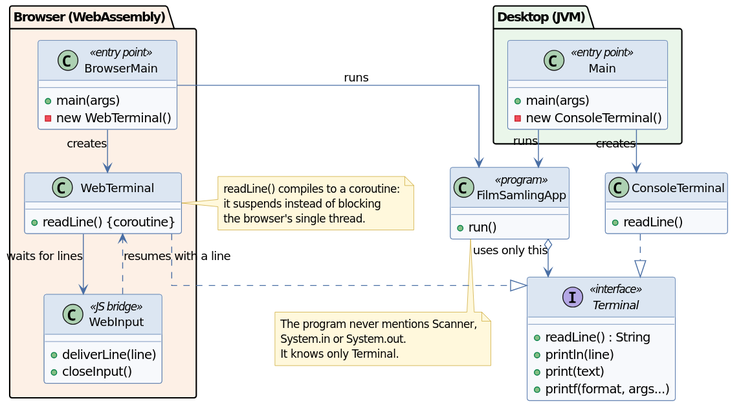
Before: docs/diagrams/architecture.svg, a diagram exported from PlantUML (mwnDK1402/filmsamling).
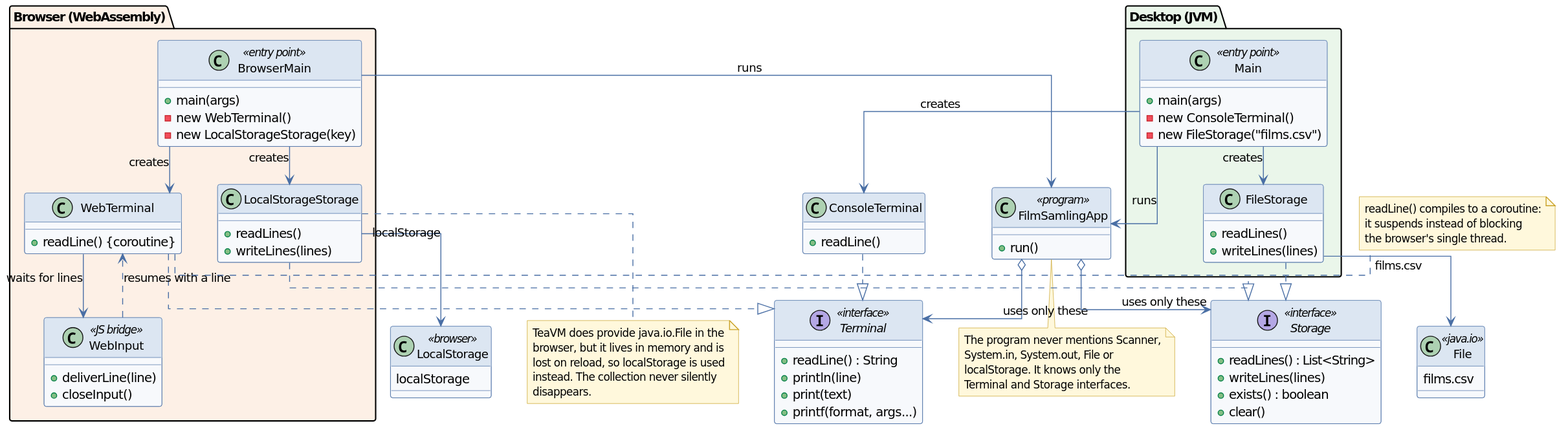
After the change.

Commit message:
Document the storage layer

The README and the architecture diagram described only the Terminal interface,
which is now half the picture. Both cover the two Storage implementations, why
the browser cannot use java.io.File for persistence, and the updated entry
points.

Change to the diagram source:
```diff
@@ -23,6 +23,11 @@
     class Main <<entry point>> {
         + main(args)
         - new ConsoleTerminal()
+        - new FileStorage("films.csv")
+    }
+    class FileStorage {
+        + readLines()
+        + writeLines(lines)
     }
 }
 
@@ -30,6 +35,7 @@
     class BrowserMain <<entry point>> {
         + main(args)
         - new WebTerminal()
+        - new LocalStorageStorage(key)
     }
     class WebInput <<JS bridge>> {
         + deliverLine(line)
@@ -37,6 +43,10 @@
     }
     class WebTerminal {
         + readLine()  {coroutine}
+    }
+    class LocalStorageStorage {
+        + readLines()
+        + writeLines(lines)
     }
 }
 
@@ -51,24 +61,46 @@
     + printf(format, args...)
 }
 
+interface Storage <<interface>> {
+    + readLines() : List<String>
+    + writeLines(lines)
+    + exists() : boolean
+    + clear()
+}
+
 class ConsoleTerminal {
     + readLine()
 }
 
 Main --> ConsoleTerminal : creates
+Main --> FileStorage : creates
 Main --> FilmSamlingApp : runs
 BrowserMain --> WebTerminal : creates
+BrowserMain --> LocalStorageStorage : creates
 BrowserMain --> FilmSamlingApp : runs
 ConsoleTerminal ..|> Terminal
 WebTerminal ..|> Terminal
-FilmSamlingApp o--> Terminal : uses only this
+FileStorage ..|> Storage
+LocalStorageStorage ..|> Storage
+FilmSamlingApp o--> Terminal : uses only these
+FilmSamlingApp o--> Storage : uses only these
 WebTerminal --> WebInput : waits for lines
 WebInput ..> WebTerminal : resumes with a line
+FileStorage --> File : "films.csv"
+LocalStorageStorage --> LocalStorage : localStorage
+
+class File <<java.io>> {
+    films.csv
+}
+class LocalStorage <<browser>> {
+    localStorage
+}
 
 note bottom of FilmSamlingApp
   The program never mentions Scanner,
-  System.in or System.out.
-  It knows only Terminal.
+  System.in, System.out, File or
+  localStorage. It knows only the
+  Terminal and Storage interfaces.
 end note
 
 note right of WebTerminal
@@ -76,4 +108,12 @@
   it suspends instead of blocking
   the browser's single thread.
 end note
+
+note bottom of LocalStorageStorage
+  TeaVM does provide java.io.File in the
+  browser, but it lives in memory and is
+  lost on reload, so localStorage is used
+  instead. The collection never silently
+  disappears.
+end note
 @enduml
```
